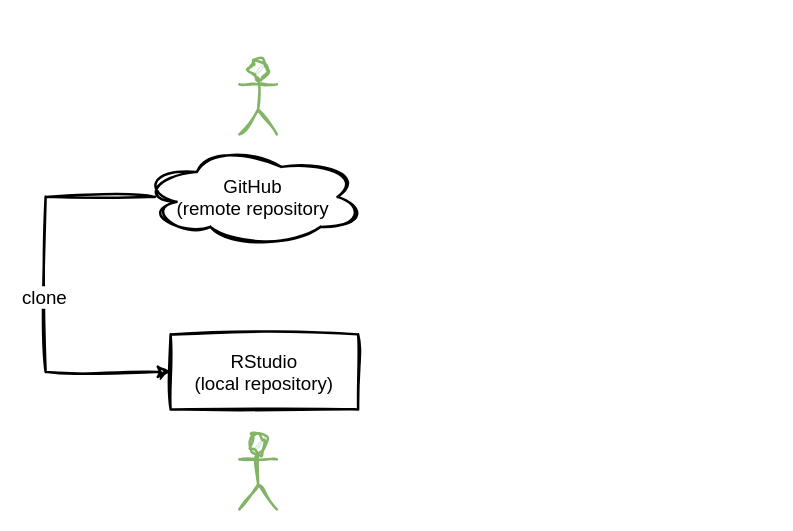
larnsce/concept-maps keeps this draw.io diagram as en/git-clone-push.drawio. Above is the earlier version. Source tidied: cells renumbered, new cells numbered last; positions are measured from the earlier drawing's top-left corner, leaving out a move shared by most shapes. Both pictures are drawn from the tidied source at 125%, with x=0, y=0 at pixel (45, 59).
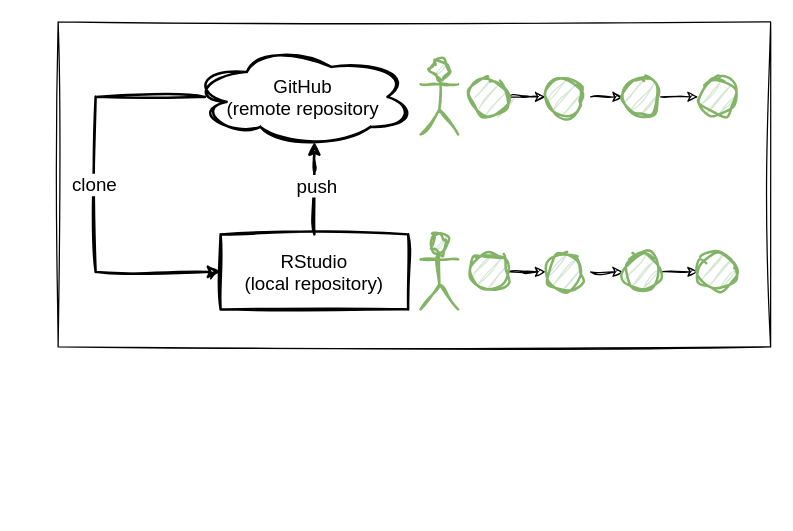
After the change.

Change to the diagram source:
```diff
@@
+    <mxCell id="8" style="rounded=0;whiteSpace=wrap;html=1;fillColor=none;sketch=1;curveFitting=1;jiggle=2;strokeWidth=1;" parent="1" vertex="1">
+      <mxGeometry x="10" y="-30" width="570" height="260" as="geometry" />
+    </mxCell>
     <mxCell id="2" style="edgeStyle=orthogonalEdgeStyle;rounded=0;jettySize=auto;html=1;entryX=0;entryY=0.5;entryDx=0;entryDy=0;exitX=0.063;exitY=0.5;exitDx=0;exitDy=0;exitPerimeter=0;sketch=1;curveFitting=1;jiggle=2;strokeWidth=2;" parent="1" edge="1" source="4" target="7">
       <mxGeometry relative="1" as="geometry">
         <Array as="points">
-          <mxPoint y="110" />
-          <mxPoint y="250" />
+          <mxPoint x="40" y="30" />
+          <mxPoint x="40" y="170" />
         </Array>
       </mxGeometry>
     </mxCell>
     <mxCell id="3" value="clone" style="edgeLabel;html=1;align=center;verticalAlign=middle;fontSize=15;" parent="2" vertex="1">
-      <mxGeometry x="0.02" y="-2" relative="1" as="geometry" />
+      <mxGeometry x="0.02" y="-2" relative="1" as="geometry">
+        <mxPoint y="-10" as="offset" />
+      </mxGeometry>
     </mxCell>
     <mxCell id="4" value="&lt;div style=&quot;font-size: 15px;&quot;&gt;GitHub&lt;/div&gt;&lt;div style=&quot;font-size: 15px;&quot;&gt;(remote repository&lt;br style=&quot;font-size: 15px;&quot;&gt;&lt;/div&gt;" style="ellipse;shape=cloud;whiteSpace=wrap;html=1;sketch=1;curveFitting=1;jiggle=2;strokeWidth=2;fontSize=15;" parent="1" vertex="1">
-      <mxGeometry x="76" y="70" width="180" height="80" as="geometry" />
+      <mxGeometry x="116" y="-10" width="180" height="80" as="geometry" />
     </mxCell>
     <mxCell id="5" style="shape=umlActor;verticalLabelPosition=bottom;verticalAlign=top;html=1;strokeWidth=2;sketch=1;curveFitting=1;jiggle=2;fillColor=#d5e8d4;strokeColor=#82b366;" parent="1" vertex="1">
-      <mxGeometry x="155" y="300" width="30" height="60" as="geometry" />
+      <mxGeometry x="300" y="140" width="30" height="60" as="geometry" />
     </mxCell>
     <mxCell id="6" style="shape=umlActor;verticalLabelPosition=bottom;verticalAlign=top;html=1;strokeWidth=2;sketch=1;curveFitting=1;jiggle=2;fillColor=#d5e8d4;strokeColor=#82b366;" parent="1" vertex="1">
-      <mxGeometry x="155" width="30" height="60" as="geometry" />
+      <mxGeometry x="300" width="30" height="60" as="geometry" />
     </mxCell>
     <mxCell id="7" value="&lt;div style=&quot;font-size: 15px;&quot;&gt;RStudio&lt;/div&gt;&lt;div style=&quot;font-size: 15px;&quot;&gt;(local repository)&lt;br style=&quot;font-size: 15px;&quot;&gt;&lt;/div&gt;" style="rounded=0;whiteSpace=wrap;html=1;sketch=1;curveFitting=1;jiggle=2;strokeWidth=2;fontSize=15;" parent="1" vertex="1">
-      <mxGeometry x="100" y="220" width="150" height="60" as="geometry" />
+      <mxGeometry x="140" y="140" width="150" height="60" as="geometry" />
     </mxCell>
+    <mxCell id="9" style="edgeStyle=orthogonalEdgeStyle;rounded=0;jettySize=auto;html=1;sketch=1;curveFitting=1;jiggle=2;" parent="1" edge="1" source="10" target="12">
+      <mxGeometry relative="1" as="geometry" />
+    </mxCell>
+    <mxCell id="10" style="ellipse;whiteSpace=wrap;html=1;fillColor=#d5e8d4;strokeColor=#82b366;strokeWidth=2;sketch=1;curveFitting=1;jiggle=2;" parent="1" vertex="1">
+      <mxGeometry x="340" y="155" width="30" height="30" as="geometry" />
+    </mxCell>
+    <mxCell id="11" style="edgeStyle=orthogonalEdgeStyle;rounded=0;jettySize=auto;html=1;entryX=0;entryY=0.5;entryDx=0;entryDy=0;sketch=1;curveFitting=1;jiggle=2;" parent="1" edge="1" target="14">
+      <mxGeometry relative="1" as="geometry">
+        <mxPoint x="436" y="170" as="sourcePoint" />
+      </mxGeometry>
+    </mxCell>
+    <mxCell id="12" style="ellipse;whiteSpace=wrap;html=1;fillColor=#d5e8d4;strokeColor=#82b366;strokeWidth=2;sketch=1;curveFitting=1;jiggle=2;" parent="1" vertex="1">
+      <mxGeometry x="400" y="155" width="30" height="30" as="geometry" />
+    </mxCell>
+    <mxCell id="13" style="edgeStyle=orthogonalEdgeStyle;rounded=0;jettySize=auto;html=1;exitX=1;exitY=0.5;exitDx=0;exitDy=0;entryX=0;entryY=0.5;entryDx=0;entryDy=0;sketch=1;curveFitting=1;jiggle=2;" parent="1" edge="1" source="14" target="15">
+      <mxGeometry relative="1" as="geometry" />
+    </mxCell>
+    <mxCell id="14" style="ellipse;whiteSpace=wrap;html=1;fillColor=#d5e8d4;strokeColor=#82b366;strokeWidth=2;sketch=1;curveFitting=1;jiggle=2;" parent="1" vertex="1">
+      <mxGeometry x="462" y="155" width="30" height="30" as="geometry" />
+    </mxCell>
+    <mxCell id="15" style="ellipse;whiteSpace=wrap;html=1;fillColor=#d5e8d4;strokeColor=#82b366;strokeWidth=2;sketch=1;curveFitting=1;jiggle=2;" parent="1" vertex="1">
+      <mxGeometry x="522" y="155" width="30" height="30" as="geometry" />
+    </mxCell>
+    <mxCell id="16" style="edgeStyle=orthogonalEdgeStyle;rounded=0;jettySize=auto;html=1;entryX=0.55;entryY=0.95;entryDx=0;entryDy=0;entryPerimeter=0;strokeWidth=2;sketch=1;curveFitting=1;jiggle=2;" parent="1" edge="1" source="7" target="4">
+      <mxGeometry relative="1" as="geometry">
+        <Array as="points">
+          <mxPoint x="215" y="90" />
+          <mxPoint x="215" y="90" />
+        </Array>
+      </mxGeometry>
+    </mxCell>
+    <mxCell id="17" value="push" style="edgeLabel;html=1;align=center;verticalAlign=middle;fontSize=15;" parent="16" vertex="1">
+      <mxGeometry x="0.08" y="-1" relative="1" as="geometry" />
+    </mxCell>
+    <mxCell id="18" style="edgeStyle=orthogonalEdgeStyle;rounded=0;jettySize=auto;html=1;sketch=1;curveFitting=1;jiggle=2;" parent="1" edge="1" source="19" target="21">
+      <mxGeometry relative="1" as="geometry" />
+    </mxCell>
+    <mxCell id="19" style="ellipse;whiteSpace=wrap;html=1;fillColor=#d5e8d4;strokeColor=#82b366;strokeWidth=2;sketch=1;curveFitting=1;jiggle=2;" parent="1" vertex="1">
+      <mxGeometry x="340" y="15" width="30" height="30" as="geometry" />
+    </mxCell>
+    <mxCell id="20" style="edgeStyle=orthogonalEdgeStyle;rounded=0;jettySize=auto;html=1;entryX=0;entryY=0.5;entryDx=0;entryDy=0;sketch=1;curveFitting=1;jiggle=2;" parent="1" edge="1" target="23">
+      <mxGeometry relative="1" as="geometry">
+        <mxPoint x="436" y="30" as="sourcePoint" />
+      </mxGeometry>
+    </mxCell>
+    <mxCell id="21" style="ellipse;whiteSpace=wrap;html=1;fillColor=#d5e8d4;strokeColor=#82b366;strokeWidth=2;sketch=1;curveFitting=1;jiggle=2;" parent="1" vertex="1">
+      <mxGeometry x="400" y="15" width="30" height="30" as="geometry" />
+    </mxCell>
+    <mxCell id="22" style="edgeStyle=orthogonalEdgeStyle;rounded=0;jettySize=auto;html=1;exitX=1;exitY=0.5;exitDx=0;exitDy=0;entryX=0;entryY=0.5;entryDx=0;entryDy=0;sketch=1;curveFitting=1;jiggle=2;" parent="1" edge="1" source="23" target="24">
+      <mxGeometry relative="1" as="geometry" />
+    </mxCell>
+    <mxCell id="23" style="ellipse;whiteSpace=wrap;html=1;fillColor=#d5e8d4;strokeColor=#82b366;strokeWidth=2;sketch=1;curveFitting=1;jiggle=2;" parent="1" vertex="1">
+      <mxGeometry x="462" y="15" width="30" height="30" as="geometry" />
+    </mxCell>
+    <mxCell id="24" style="ellipse;whiteSpace=wrap;html=1;fillColor=#d5e8d4;strokeColor=#82b366;strokeWidth=2;sketch=1;curveFitting=1;jiggle=2;" parent="1" vertex="1">
+      <mxGeometry x="522" y="15" width="30" height="30" as="geometry" />
+    </mxCell>
```
